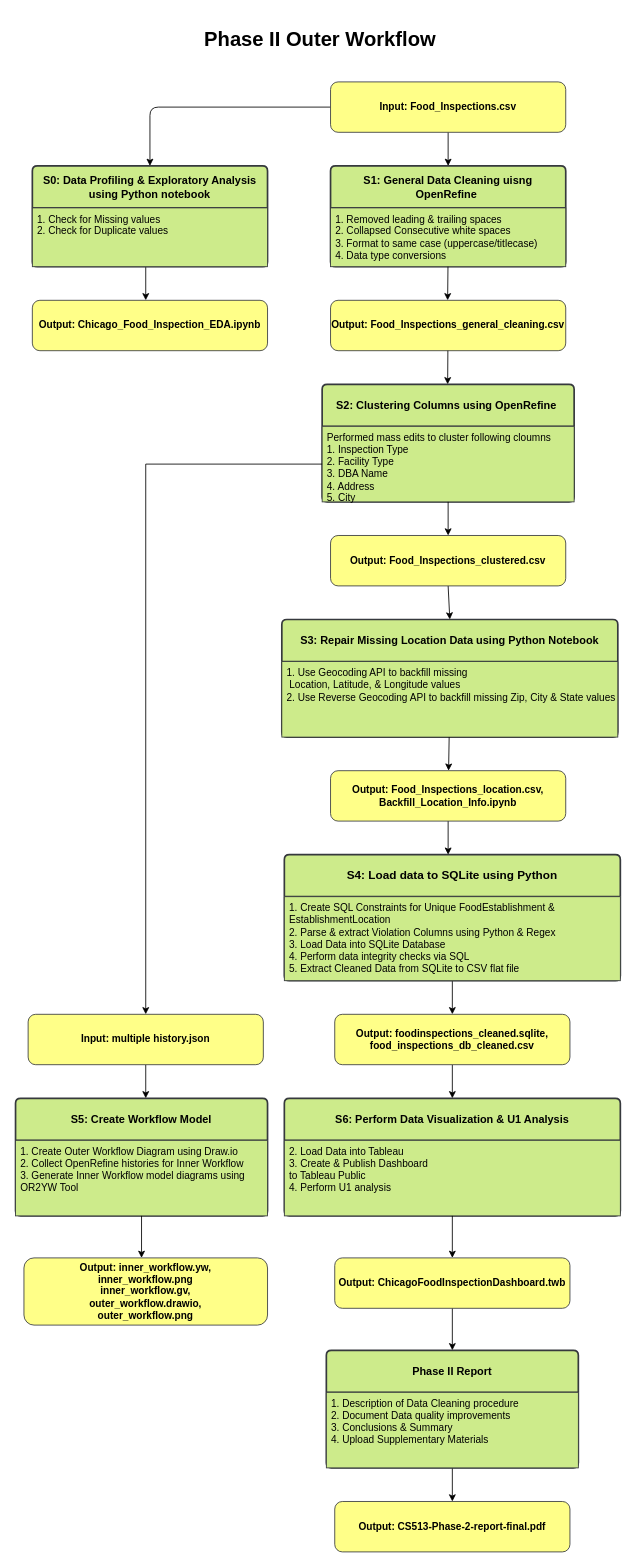
Before: diagrams/outer_workflow.drawio in abaldeo/cs513_data_cleaning_project, a draw.io diagram. Source tidied: cells renumbered, new cells numbered last; positions are measured from the earlier drawing's top-left corner, leaving out a move shared by most shapes. Both pictures are drawn from the tidied source at 84%, with x=0, y=0 at pixel (15, 23).
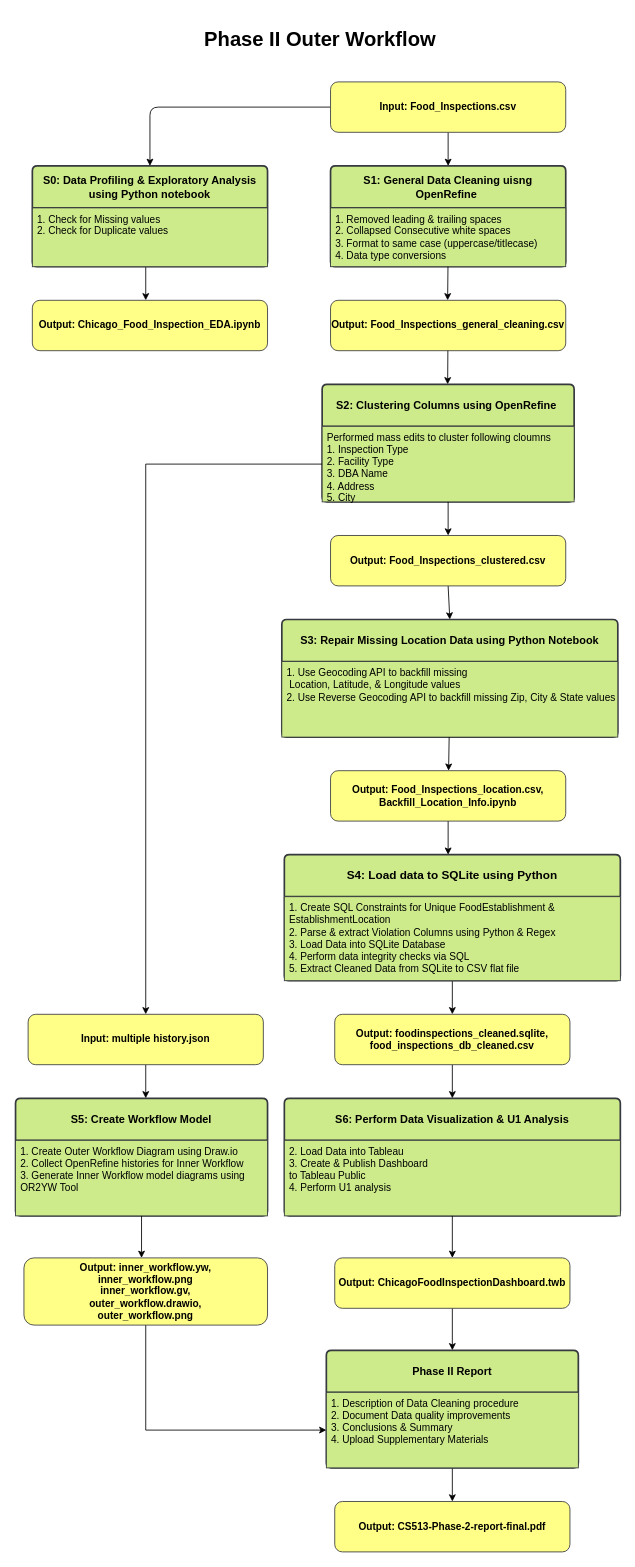
The same diagram, later.

Unchanged cells that the change refers to:
```xml
<mxCell id="33" value="1. Description of Data Cleaning procedure&lt;br&gt;2. Document Data quality improvements&amp;nbsp;&lt;br&gt;3. Conclusions &amp;amp; Summary&lt;br&gt;4. Upload Supplementary Materials" style="align=left;strokeColor=#36393d;fillColor=#cdeb8b;spacingLeft=4;fontSize=12;verticalAlign=top;html=1;" parent="32" vertex="1">
  <mxGeometry y="50" width="300" height="90" as="geometry" />
</mxCell>
<mxCell id="40" value="&lt;b&gt;Output: inner_workflow.yw, &lt;br&gt;inner_workflow.png&lt;br&gt;inner_workflow.gv,&lt;br&gt;outer_workflow.drawio,&lt;br&gt;outer_workflow.png&lt;br&gt;&lt;/b&gt;" style="rounded=1;whiteSpace=wrap;html=1;fillColor=#ffff88;strokeColor=#36393d;" parent="1" vertex="1">
  <mxGeometry x="10" y="1470" width="290" height="80" as="geometry" />
</mxCell>
```

Change to the diagram source:
```diff
@@
+    <mxCell id="47" style="edgeStyle=orthogonalEdgeStyle;rounded=0;jettySize=auto;html=1;entryX=0;entryY=0.5;entryDx=0;entryDy=0;exitX=0.5;exitY=1;exitDx=0;exitDy=0;" parent="1" edge="1" source="40" target="33">
+      <mxGeometry relative="1" as="geometry" />
+    </mxCell>
```
